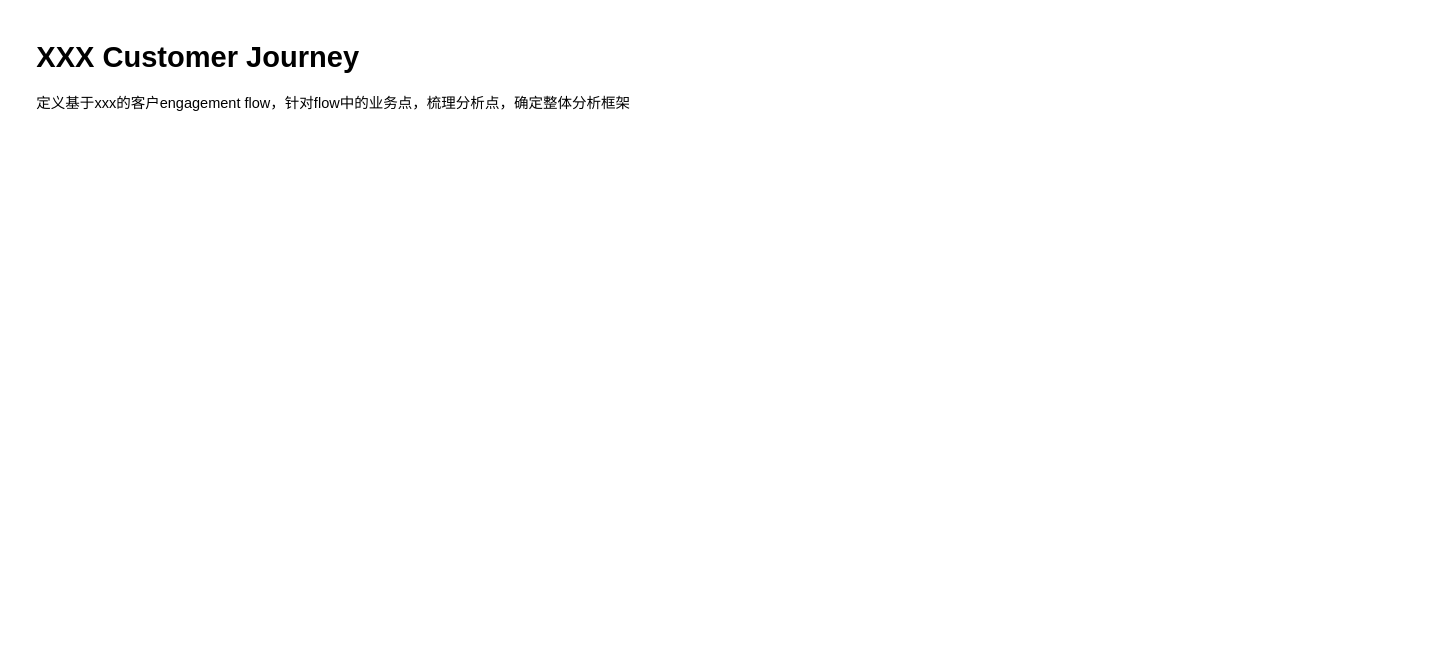
Earlier version of the draw.io diagram page "XXX Customer Journey" (1 of 2) of marketing_customer_journey.drawio (serendipityrj/shared). Source tidied: cells renumbered, new cells numbered last; positions are measured from the earlier drawing's top-left corner, leaving out a move shared by most shapes. Both pictures are drawn from the tidied source at 121%, with x=0, y=0 at pixel (30, 33).
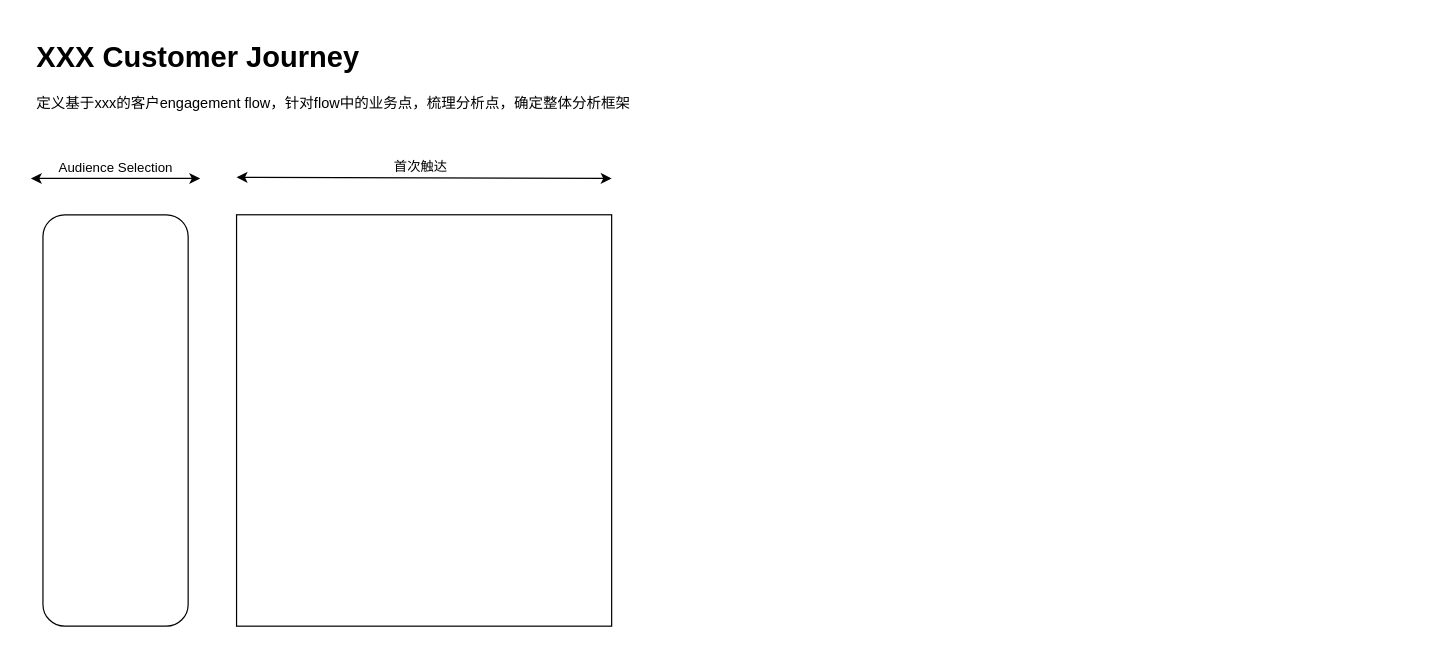
The same page after the edit.

The edit, as a diff of the source:
```diff
@@
 <mxGraphModel>
   <root>
     <mxCell id="0" />
     <mxCell id="1" parent="0" />
     <mxCell id="2" value="&lt;h1&gt;XXX Customer Journey&lt;/h1&gt;&lt;p&gt;定义基于xxx的客户engagement flow，针对flow中的业务点，梳理分析点，确定整体分析框架&lt;/p&gt;" style="text;html=1;strokeColor=none;fillColor=none;spacing=5;spacingTop=-20;whiteSpace=wrap;overflow=hidden;rounded=0;" parent="1" vertex="1">
-      <mxGeometry width="1150" height="120" as="geometry" />
+      <mxGeometry width="1150" height="80" as="geometry" />
     </mxCell>
+    <mxCell id="3" style="rounded=1;whiteSpace=wrap;html=1;" parent="1" vertex="1">
+      <mxGeometry x="10" y="150" width="120" height="340" as="geometry" />
+    </mxCell>
+    <mxCell id="4" style="endArrow=classic;startArrow=classic;html=1;rounded=0;" parent="1" edge="1">
+      <mxGeometry relative="1" as="geometry">
+        <mxPoint x="170" y="119" as="sourcePoint" />
+        <mxPoint x="480" y="120" as="targetPoint" />
+      </mxGeometry>
+    </mxCell>
+    <mxCell id="5" value="首次触达" style="edgeLabel;html=1;align=center;verticalAlign=middle;" parent="4" vertex="1">
+      <mxGeometry x="0.12" y="2" relative="1" as="geometry">
+        <mxPoint x="-23" y="-8" as="offset" />
+      </mxGeometry>
+    </mxCell>
+    <mxCell id="6" style="rounded=0;whiteSpace=wrap;html=1;" parent="1" vertex="1">
+      <mxGeometry x="170" y="150" width="310" height="340" as="geometry" />
+    </mxCell>
+    <mxCell id="7" style="endArrow=classic;startArrow=classic;html=1;rounded=0;" parent="1" edge="1">
+      <mxGeometry relative="1" as="geometry">
+        <mxPoint y="120" as="sourcePoint" />
+        <mxPoint x="140" y="120" as="targetPoint" />
+      </mxGeometry>
+    </mxCell>
+    <mxCell id="8" value="Audience Selection" style="edgeLabel;html=1;align=center;verticalAlign=middle;" parent="7" vertex="1">
+      <mxGeometry x="0.12" y="2" relative="1" as="geometry">
+        <mxPoint x="-9" y="-8" as="offset" />
+      </mxGeometry>
+    </mxCell>
   </root>
 </mxGraphModel>
```
